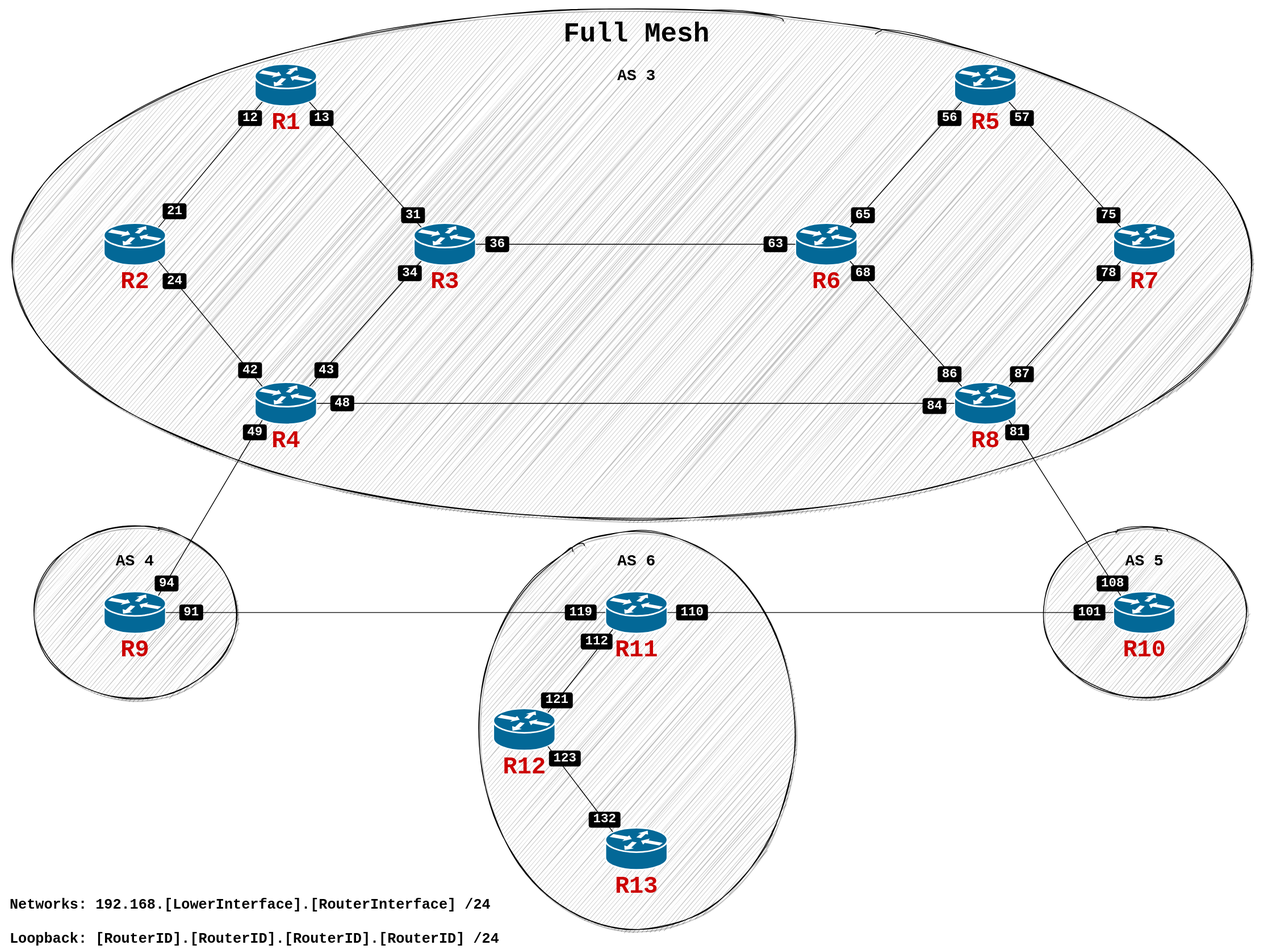
This is Full Mesh.svg from kkurczab/BGP-Route-Reflectors-and-Confederations-Kathara, a draw.io export, as it was before one commit. Source tidied: cells renumbered, new cells last; positions are measured from the earlier drawing's top-left corner, leaving out a move shared by most shapes.
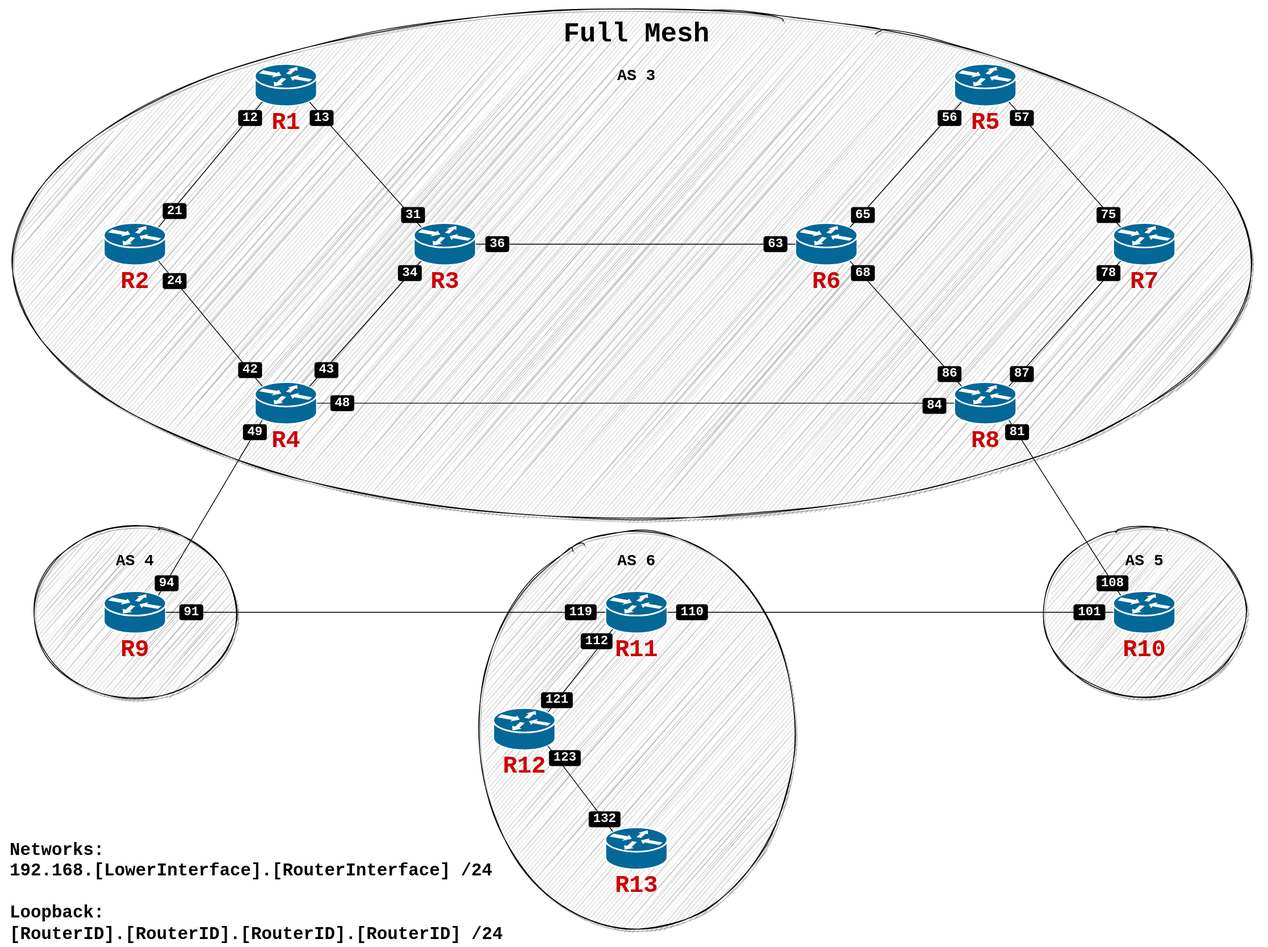
The same file after the commit.

Diff of the diagram source:
```diff
@@ -104,8 +104,8 @@
     <mxCell id="35" style="endArrow=none;html=1;fontSize=34;strokeColor=default;entryX=1;entryY=0.5;entryDx=0;entryDy=0;entryPerimeter=0;exitX=0;exitY=0.5;exitDx=0;exitDy=0;exitPerimeter=0;fontStyle=1;fontFamily=Courier New;" parent="1" edge="1" source="12" target="13">
       <mxGeometry relative="1" as="geometry" />
     </mxCell>
-    <mxCell id="36" value="&lt;p style=&quot;margin: 0px; text-indent: 0px; font-size: 18px;&quot;&gt;Networks: 192.168.[LowerInterface].[RouterInterface] /24&lt;/p&gt;&lt;p style=&quot;margin: 0px; text-indent: 0px; font-size: 18px;&quot;&gt;&lt;br style=&quot;font-size: 18px;&quot;&gt;Loopback: [RouterID].[RouterID].[RouterID].[RouterID] /24&lt;/p&gt;" style="text;whiteSpace=wrap;html=1;fontSize=18;fontFamily=Courier New;fontStyle=1;" parent="1" vertex="1">
-      <mxGeometry x="10" y="1120" width="620" height="70" as="geometry" />
+    <mxCell id="36" value="&lt;p style=&quot;margin: 0px; text-indent: 0px; font-size: 22px;&quot;&gt;Networks:&lt;/p&gt;&lt;p style=&quot;margin: 0px; text-indent: 0px; font-size: 22px;&quot;&gt;&lt;span style=&quot;font-size: 22px;&quot;&gt;192.168.[LowerInterface].[RouterInterface] /24&lt;/span&gt;&lt;/p&gt;&lt;p style=&quot;margin: 0px; text-indent: 0px; font-size: 22px;&quot;&gt;&lt;br style=&quot;font-size: 22px;&quot;&gt;Loopback:&lt;/p&gt;&lt;p style=&quot;margin: 0px; text-indent: 0px; font-size: 22px;&quot;&gt;[RouterID].[RouterID].[RouterID].[RouterID] /24&lt;/p&gt;" style="text;whiteSpace=wrap;html=1;fontSize=22;fontFamily=Courier New;fontStyle=1;" parent="1" vertex="1">
+      <mxGeometry x="10" y="1050" width="646" height="140" as="geometry" />
     </mxCell>
     <mxCell id="37" value="AS 3" style="text;html=1;align=center;verticalAlign=middle;strokeColor=none;fillColor=none;fontSize=20;fontFamily=Courier New;fontStyle=1;" parent="1" vertex="1">
       <mxGeometry x="770" y="80" width="60" height="30" as="geometry" />
```
